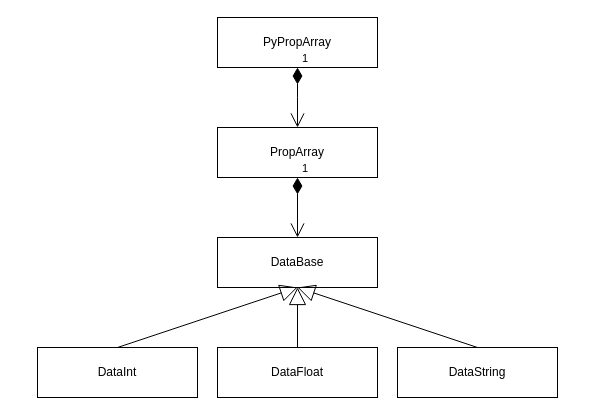
Before: three.drawio in 13570248114/draw, a draw.io diagram. Source tidied: cells renumbered, new cells numbered last; positions are measured from the earlier drawing's top-left corner, leaving out a move shared by most shapes. Both pictures are drawn from the tidied source at 100%, with x=0, y=0 at pixel (37, 17).
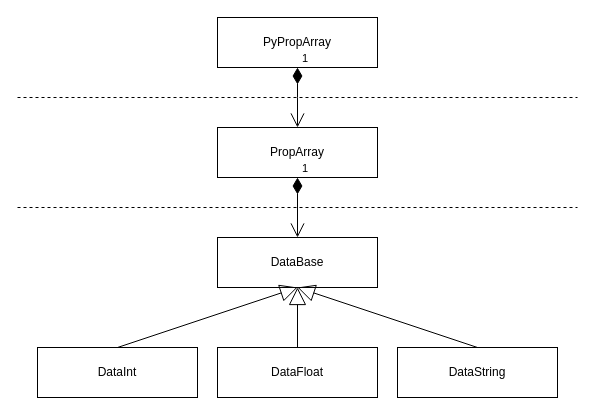
The same page after the edit.

The edit, as a diff of the source:
```diff
@@
 <mxGraphModel>
   <root>
     <mxCell id="0" />
     <mxCell id="1" parent="0" />
     <mxCell id="2" value="PyPropArray" style="rounded=0;whiteSpace=wrap;html=1;" parent="1" vertex="1">
       <mxGeometry x="180" width="160" height="50" as="geometry" />
     </mxCell>
     <mxCell id="3" value="DataBase" style="rounded=0;whiteSpace=wrap;html=1;" parent="1" vertex="1">
       <mxGeometry x="180" y="220" width="160" height="50" as="geometry" />
     </mxCell>
     <mxCell id="4" value="PropArray" style="rounded=0;whiteSpace=wrap;html=1;" parent="1" vertex="1">
       <mxGeometry x="180" y="110" width="160" height="50" as="geometry" />
     </mxCell>
     <mxCell id="5" value="1" style="endArrow=open;html=1;endSize=12;startArrow=diamondThin;startSize=14;startFill=1;edgeStyle=orthogonalEdgeStyle;align=left;verticalAlign=bottom;rounded=0;exitX=0.5;exitY=1;exitDx=0;exitDy=0;" parent="1" edge="1" source="2">
       <mxGeometry x="-1" y="3" relative="1" as="geometry">
         <mxPoint x="260" y="110" as="targetPoint" />
       </mxGeometry>
     </mxCell>
     <mxCell id="6" value="1" style="endArrow=open;html=1;endSize=12;startArrow=diamondThin;startSize=14;startFill=1;edgeStyle=orthogonalEdgeStyle;align=left;verticalAlign=bottom;rounded=0;exitX=0.5;exitY=1;exitDx=0;exitDy=0;entryX=0.5;entryY=0;entryDx=0;entryDy=0;" parent="1" edge="1" source="4" target="3">
       <mxGeometry x="-1" y="3" relative="1" as="geometry" />
     </mxCell>
     <mxCell id="7" value="DataInt" style="rounded=0;whiteSpace=wrap;html=1;" parent="1" vertex="1">
       <mxGeometry y="330" width="160" height="50" as="geometry" />
     </mxCell>
     <mxCell id="8" style="edgeStyle=orthogonalEdgeStyle;rounded=0;jettySize=auto;html=1;endArrow=block;endFill=0;endSize=15;" parent="1" edge="1" source="9" target="3">
       <mxGeometry relative="1" as="geometry" />
     </mxCell>
     <mxCell id="9" value="DataFloat" style="rounded=0;whiteSpace=wrap;html=1;" parent="1" vertex="1">
       <mxGeometry x="180" y="330" width="160" height="50" as="geometry" />
     </mxCell>
     <mxCell id="10" value="DataString" style="rounded=0;whiteSpace=wrap;html=1;" parent="1" vertex="1">
       <mxGeometry x="360" y="330" width="160" height="50" as="geometry" />
     </mxCell>
     <mxCell id="11" style="endArrow=block;html=1;rounded=0;exitX=0.5;exitY=0;exitDx=0;exitDy=0;entryX=0.5;entryY=1;entryDx=0;entryDy=0;endFill=0;endSize=15;" parent="1" edge="1" source="7" target="3">
       <mxGeometry relative="1" as="geometry" />
     </mxCell>
     <mxCell id="12" style="endArrow=block;html=1;rounded=0;exitX=0.5;exitY=0;exitDx=0;exitDy=0;entryX=0.5;entryY=1;entryDx=0;entryDy=0;endFill=0;endSize=15;" parent="1" edge="1" target="3">
       <mxGeometry relative="1" as="geometry">
         <mxPoint x="440" y="330" as="sourcePoint" />
       </mxGeometry>
     </mxCell>
+    <mxCell id="13" style="endArrow=none;dashed=1;html=1;rounded=0;endSize=15;" parent="1" edge="1">
+      <mxGeometry relative="1" as="geometry">
+        <mxPoint x="-20" y="80" as="sourcePoint" />
+        <mxPoint x="540" y="80" as="targetPoint" />
+      </mxGeometry>
+    </mxCell>
+    <mxCell id="14" style="endArrow=none;dashed=1;html=1;rounded=0;endSize=15;" parent="1" edge="1">
+      <mxGeometry relative="1" as="geometry">
+        <mxPoint x="-20" y="190" as="sourcePoint" />
+        <mxPoint x="540" y="190" as="targetPoint" />
+      </mxGeometry>
+    </mxCell>
   </root>
 </mxGraphModel>
```
